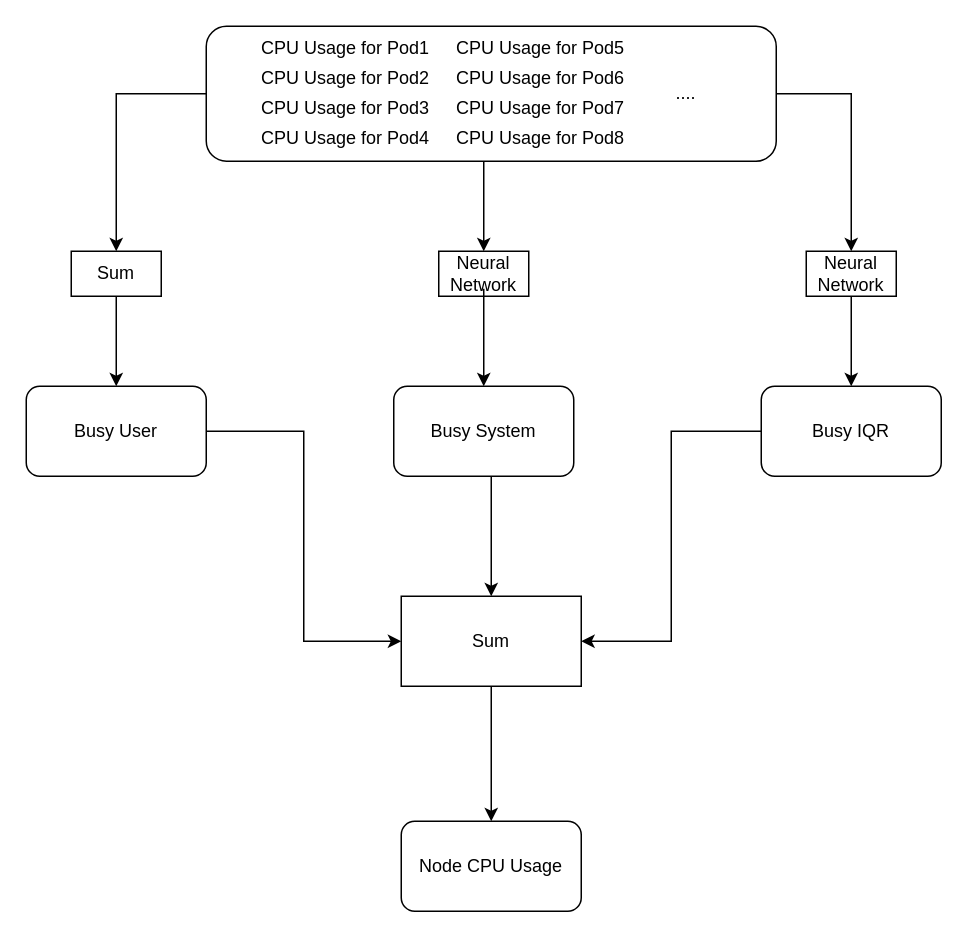
Above: Predict Mode.drawio in PodorCN/WorkTerm2 (draw.io), before the change. Source tidied: cells renumbered, new cells numbered last; positions are measured from the earlier drawing's top-left corner, leaving out a move shared by most shapes. Both pictures are drawn from the tidied source at 150%, with x=0, y=0 at pixel (26, 26).
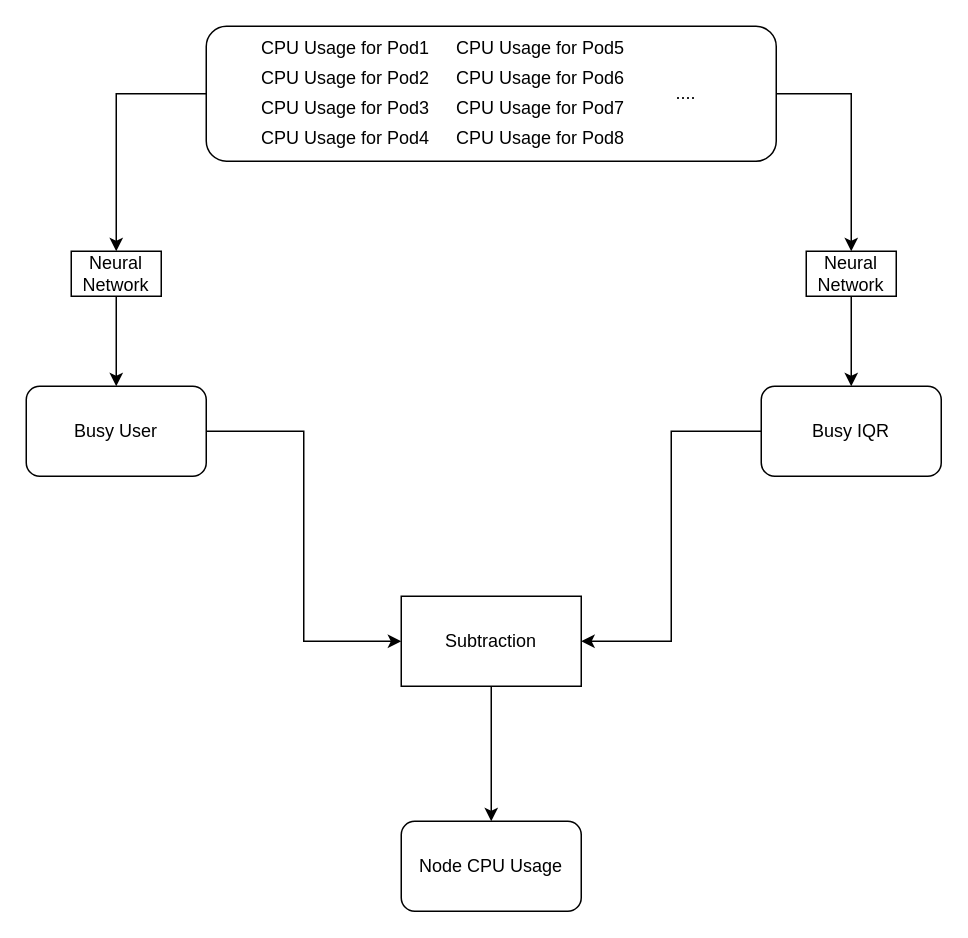
The same diagram, later.

Unchanged cells that the change refers to:
```xml
<mxCell id="4" style="rounded=1;whiteSpace=wrap;html=1;" parent="1" vertex="1">
  <mxGeometry x="120" width="380" height="90" as="geometry" />
</mxCell>
```

Diff of the diagram source:
```diff
@@
-    <mxCell id="2" style="edgeStyle=orthogonalEdgeStyle;rounded=0;jettySize=auto;html=1;entryX=0.5;entryY=0;entryDx=0;entryDy=0;" parent="1" edge="1" source="4" target="24">
-      <mxGeometry relative="1" as="geometry">
-        <Array as="points">
-          <mxPoint x="305" y="100" />
-          <mxPoint x="305" y="100" />
-        </Array>
-      </mxGeometry>
-    </mxCell>
@@
-    <mxCell id="16" style="edgeStyle=orthogonalEdgeStyle;rounded=0;jettySize=auto;html=1;entryX=0.5;entryY=0;entryDx=0;entryDy=0;" parent="1" edge="1" source="17" target="31">
-      <mxGeometry relative="1" as="geometry">
-        <Array as="points">
-          <mxPoint x="310" y="340" />
-          <mxPoint x="310" y="340" />
-        </Array>
-      </mxGeometry>
-    </mxCell>
-    <mxCell id="17" value="Busy System" style="rounded=1;whiteSpace=wrap;html=1;" parent="1" vertex="1">
-      <mxGeometry x="245" y="240" width="120" height="60" as="geometry" />
-    </mxCell>
@@
-    <mxCell id="23" value="Sum" style="text;html=1;strokeColor=none;fillColor=none;align=center;verticalAlign=middle;whiteSpace=wrap;rounded=0;" parent="1" vertex="1">
-      <mxGeometry x="40" y="155" width="40" height="20" as="geometry" />
-    </mxCell>
-    <mxCell id="24" style="rounded=0;whiteSpace=wrap;html=1;" parent="1" vertex="1">
-      <mxGeometry x="275" y="150" width="60" height="30" as="geometry" />
-    </mxCell>
-    <mxCell id="25" style="edgeStyle=orthogonalEdgeStyle;rounded=0;jettySize=auto;html=1;entryX=0.5;entryY=0;entryDx=0;entryDy=0;" parent="1" edge="1" source="26" target="17">
-      <mxGeometry relative="1" as="geometry" />
-    </mxCell>
-    <mxCell id="26" value="Neural Network" style="text;html=1;strokeColor=none;fillColor=none;align=center;verticalAlign=middle;whiteSpace=wrap;rounded=0;" parent="1" vertex="1">
-      <mxGeometry x="285" y="155" width="40" height="20" as="geometry" />
-    </mxCell>
@@
-    <mxCell id="31" value="Sum" style="rounded=0;whiteSpace=wrap;html=1;" parent="1" vertex="1">
+    <mxCell id="31" value="Subtraction" style="rounded=0;whiteSpace=wrap;html=1;" parent="1" vertex="1">
       <mxGeometry x="250" y="380" width="120" height="60" as="geometry" />
     </mxCell>
@@
+    <mxCell id="26" value="Neural Network" style="text;html=1;strokeColor=none;fillColor=none;align=center;verticalAlign=middle;whiteSpace=wrap;rounded=0;" parent="1" vertex="1">
+      <mxGeometry x="40" y="155" width="40" height="20" as="geometry" />
+    </mxCell>
```
